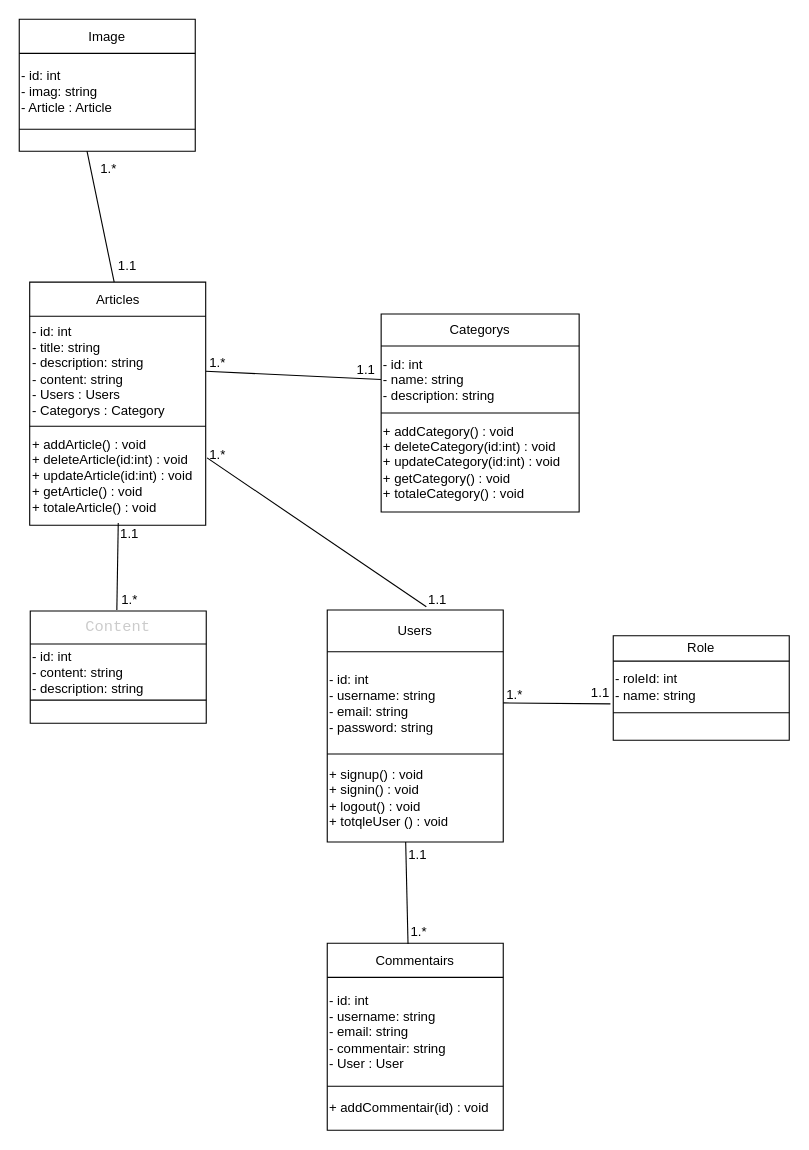
k-zakaria/ajiNt3awno keeps this draw.io diagram as uml/DiagramDeClass.drawio. Above is the earlier version. Source tidied: cells renumbered, new cells numbered last; positions are measured from the earlier drawing's top-left corner, leaving out a move shared by most shapes. Both pictures are drawn from the tidied source at 110%, with x=0, y=0 at pixel (19, 19).
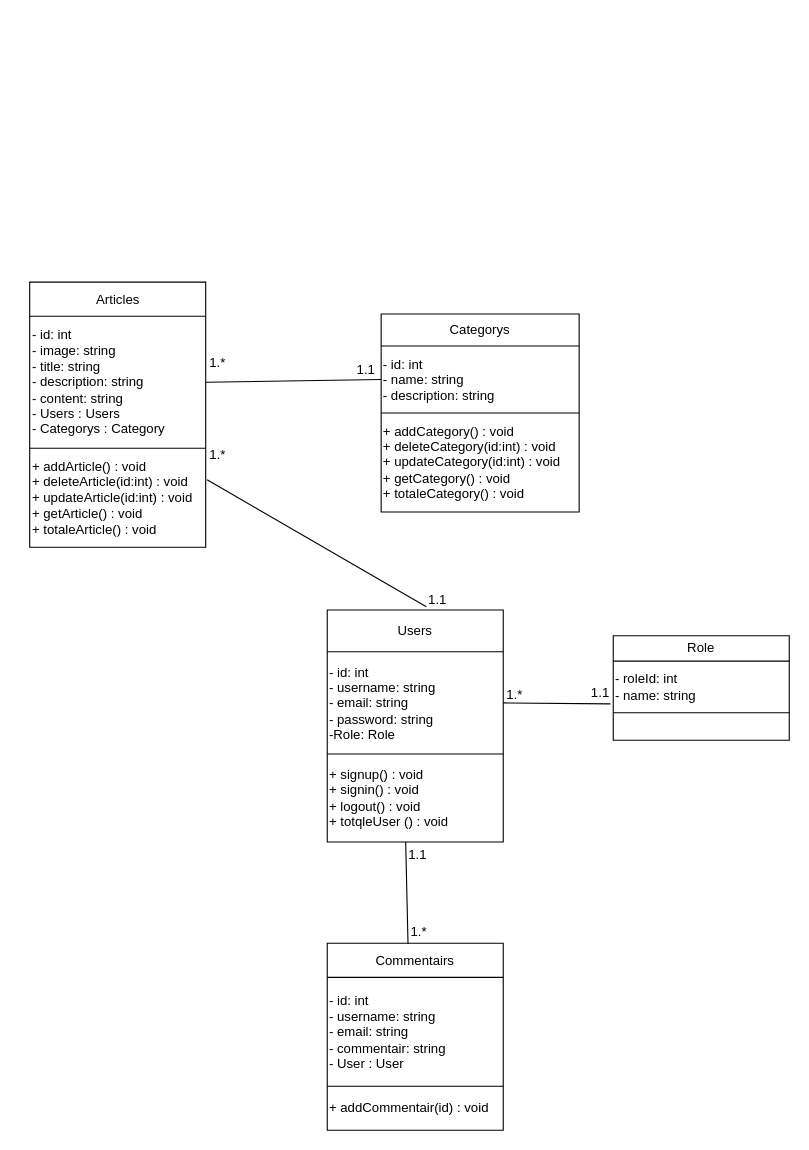
The same diagram, later.

The change refers to these unchanged cells:
```xml
<mxCell id="4" style="shape=tableRow;horizontal=0;startSize=0;swimlaneHead=0;swimlaneBody=0;top=0;left=0;bottom=0;right=0;fillColor=none;points=[[0,0.5],[1,0.5]];portConstraint=eastwest;" parent="3" vertex="1">
  <mxGeometry width="160" height="31" as="geometry" />
</mxCell>
<mxCell id="27" style="shape=tableRow;horizontal=0;startSize=0;swimlaneHead=0;swimlaneBody=0;top=0;left=0;bottom=0;right=0;fillColor=none;points=[[0,0.5],[1,0.5]];portConstraint=eastwest;" parent="24" vertex="1">
  <mxGeometry y="38" width="160" height="93" as="geometry" />
</mxCell>
```

What changed in the source:
```diff
@@
     <mxCell id="3" style="shape=table;startSize=0;childLayout=tableLayout;" parent="1" vertex="1">
-      <mxGeometry x="9.5" y="239" width="160" height="221" as="geometry" />
+      <mxGeometry x="9.5" y="239" width="160" height="241" as="geometry" />
     </mxCell>
@@
     <mxCell id="6" style="shape=tableRow;horizontal=0;startSize=0;swimlaneHead=0;swimlaneBody=0;top=0;left=0;bottom=0;right=0;fillColor=none;points=[[0,0.5],[1,0.5]];portConstraint=eastwest;" parent="3" vertex="1">
-      <mxGeometry y="31" width="160" height="100" as="geometry" />
+      <mxGeometry y="31" width="160" height="120" as="geometry" />
     </mxCell>
-    <mxCell id="7" value="- id: int&lt;br&gt;- title: string&lt;br&gt;- description: string&lt;br&gt;- content: string&lt;br&gt;- Users : Users&lt;br&gt;- Categorys : Category" style="shape=partialRectangle;html=1;whiteSpace=wrap;overflow=hidden;fillColor=none;top=0;left=0;bottom=0;right=0;align=left;" parent="6" vertex="1">
-      <mxGeometry width="160" height="100" as="geometry" />
+    <mxCell id="7" value="- id: int&lt;br&gt;- image: string&lt;br&gt;- title: string&lt;br&gt;- description: string&lt;br&gt;- content: string&lt;br&gt;- Users : Users&lt;br&gt;- Categorys : Category" style="shape=partialRectangle;html=1;whiteSpace=wrap;overflow=hidden;fillColor=none;top=0;left=0;bottom=0;right=0;align=left;" parent="6" vertex="1">
+      <mxGeometry width="160" height="120" as="geometry" />
     </mxCell>
     <mxCell id="8" style="shape=tableRow;horizontal=0;startSize=0;swimlaneHead=0;swimlaneBody=0;top=0;left=0;bottom=0;right=0;fillColor=none;points=[[0,0.5],[1,0.5]];portConstraint=eastwest;" parent="3" vertex="1">
-      <mxGeometry y="131" width="160" height="90" as="geometry" />
+      <mxGeometry y="151" width="160" height="90" as="geometry" />
     </mxCell>
@@
-    <mxCell id="17" style="shape=table;startSize=0;childLayout=tableLayout;" parent="1" vertex="1">
-      <mxGeometry x="10" y="538" width="160" height="102" as="geometry" />
-    </mxCell>
-    <mxCell id="18" style="shape=tableRow;horizontal=0;startSize=0;swimlaneHead=0;swimlaneBody=0;top=0;left=0;bottom=0;right=0;fillColor=none;points=[[0,0.5],[1,0.5]];portConstraint=eastwest;" parent="17" vertex="1">
-      <mxGeometry width="160" height="30" as="geometry" />
-    </mxCell>
-    <mxCell id="19" value="&lt;font face=&quot;Consolas, Courier New, monospace&quot; color=&quot;#cccccc&quot;&gt;&lt;span style=&quot;font-size: 14px;&quot;&gt;Content&lt;/span&gt;&lt;/font&gt;" style="shape=partialRectangle;html=1;whiteSpace=wrap;overflow=hidden;fillColor=none;top=0;left=0;bottom=0;right=0;" parent="18" vertex="1">
-      <mxGeometry width="160" height="30" as="geometry" />
-    </mxCell>
-    <mxCell id="20" style="shape=tableRow;horizontal=0;startSize=0;swimlaneHead=0;swimlaneBody=0;top=0;left=0;bottom=0;right=0;fillColor=none;" parent="17" vertex="1">
-      <mxGeometry y="30" width="160" height="51" as="geometry" />
-    </mxCell>
-    <mxCell id="21" value="&lt;div&gt;- id: int&lt;/div&gt;&lt;div&gt;&lt;span style=&quot;background-color: initial;&quot;&gt;- content: string&amp;nbsp; &amp;nbsp; &amp;nbsp; &amp;nbsp;&lt;/span&gt;&lt;/div&gt;&lt;div&gt;- description: string&lt;/div&gt;" style="shape=partialRectangle;html=1;whiteSpace=wrap;overflow=hidden;fillColor=none;top=0;left=0;bottom=0;right=0;align=left;" parent="20" vertex="1">
-      <mxGeometry width="160" height="51" as="geometry" />
-    </mxCell>
-    <mxCell id="22" style="shape=tableRow;horizontal=0;startSize=0;swimlaneHead=0;swimlaneBody=0;top=0;left=0;bottom=0;right=0;fillColor=none;" parent="17" vertex="1">
-      <mxGeometry y="81" width="160" height="21" as="geometry" />
-    </mxCell>
-    <mxCell id="23" style="shape=partialRectangle;html=1;whiteSpace=wrap;overflow=hidden;fillColor=none;top=0;left=0;bottom=0;right=0;align=left;" parent="22" vertex="1">
-      <mxGeometry width="160" height="21" as="geometry" />
-    </mxCell>
@@
-    <mxCell id="28" value="- id: int&lt;br&gt;- username: string&lt;br&gt;- email: string&lt;br&gt;- password: string" style="shape=partialRectangle;html=1;whiteSpace=wrap;overflow=hidden;fillColor=none;top=0;left=0;bottom=0;right=0;align=left;" parent="27" vertex="1">
+    <mxCell id="28" value="- id: int&lt;br&gt;- username: string&lt;br&gt;- email: string&lt;br&gt;- password: string&lt;br&gt;-Role: Role" style="shape=partialRectangle;html=1;whiteSpace=wrap;overflow=hidden;fillColor=none;top=0;left=0;bottom=0;right=0;align=left;" parent="27" vertex="1">
       <mxGeometry width="160" height="93" as="geometry" />
     </mxCell>
@@
-    <mxCell id="31" style="endArrow=none;html=1;exitX=0.492;exitY=-0.034;exitDx=0;exitDy=0;exitPerimeter=0;" parent="1" edge="1" source="18">
-      <mxGeometry relative="1" as="geometry">
-        <mxPoint x="90" y="458" as="targetPoint" />
-      </mxGeometry>
-    </mxCell>
@@
-    <mxCell id="35" value="1.1" style="text;html=1;align=center;verticalAlign=middle;strokeColor=none;fillColor=none;" parent="1" vertex="1">
-      <mxGeometry x="80" y="453" width="40" height="30" as="geometry" />
-    </mxCell>
-    <mxCell id="36" value="1.*" style="text;html=1;align=center;verticalAlign=middle;strokeColor=none;fillColor=none;" parent="1" vertex="1">
-      <mxGeometry x="80" y="513" width="40" height="30" as="geometry" />
-    </mxCell>
@@
-    <mxCell id="59" style="shape=table;startSize=0;childLayout=tableLayout;" parent="1" vertex="1">
-      <mxGeometry width="160" height="120" as="geometry" />
-    </mxCell>
-    <mxCell id="60" style="shape=tableRow;horizontal=0;startSize=0;swimlaneHead=0;swimlaneBody=0;top=0;left=0;bottom=0;right=0;fillColor=none;" parent="59" vertex="1">
-      <mxGeometry width="160" height="31" as="geometry" />
-    </mxCell>
-    <mxCell id="61" value="Image" style="shape=partialRectangle;html=1;whiteSpace=wrap;overflow=hidden;fillColor=none;top=0;left=0;bottom=0;right=0;" parent="60" vertex="1">
-      <mxGeometry width="160" height="31" as="geometry" />
-    </mxCell>
-    <mxCell id="62" style="shape=tableRow;horizontal=0;startSize=0;swimlaneHead=0;swimlaneBody=0;top=0;left=0;bottom=0;right=0;fillColor=none;" parent="59" vertex="1">
-      <mxGeometry y="31" width="160" height="69" as="geometry" />
-    </mxCell>
-    <mxCell id="63" value="- id: int&lt;br&gt;- imag: string&lt;br&gt;- Article : Article" style="shape=partialRectangle;html=1;whiteSpace=wrap;overflow=hidden;fillColor=none;top=0;left=0;bottom=0;right=0;align=left;" parent="62" vertex="1">
-      <mxGeometry width="160" height="69" as="geometry" />
-    </mxCell>
-    <mxCell id="64" style="shape=tableRow;horizontal=0;startSize=0;swimlaneHead=0;swimlaneBody=0;top=0;left=0;bottom=0;right=0;fillColor=none;points=[[0,0.5],[1,0.5]];portConstraint=eastwest;" parent="59" vertex="1">
-      <mxGeometry y="100" width="160" height="20" as="geometry" />
-    </mxCell>
-    <mxCell id="65" value="&lt;span style=&quot;&quot;&gt;&lt;br&gt;&lt;/span&gt;" style="shape=partialRectangle;html=1;whiteSpace=wrap;overflow=hidden;fillColor=none;top=0;left=0;bottom=0;right=0;align=left;" parent="64" vertex="1">
-      <mxGeometry width="160" height="20" as="geometry" />
-    </mxCell>
-    <mxCell id="66" style="endArrow=none;html=1;entryX=0.385;entryY=0.998;entryDx=0;entryDy=0;entryPerimeter=0;" parent="1" edge="1" source="4" target="64">
-      <mxGeometry relative="1" as="geometry" />
-    </mxCell>
-    <mxCell id="67" value="1.*" style="text;html=1;align=center;verticalAlign=middle;strokeColor=none;fillColor=none;" parent="1" vertex="1">
-      <mxGeometry x="60.5" y="121" width="40" height="30" as="geometry" />
-    </mxCell>
-    <mxCell id="68" value="1.1" style="text;html=1;align=center;verticalAlign=middle;strokeColor=none;fillColor=none;" parent="1" vertex="1">
-      <mxGeometry x="78" y="209" width="40" height="30" as="geometry" />
-    </mxCell>
```
